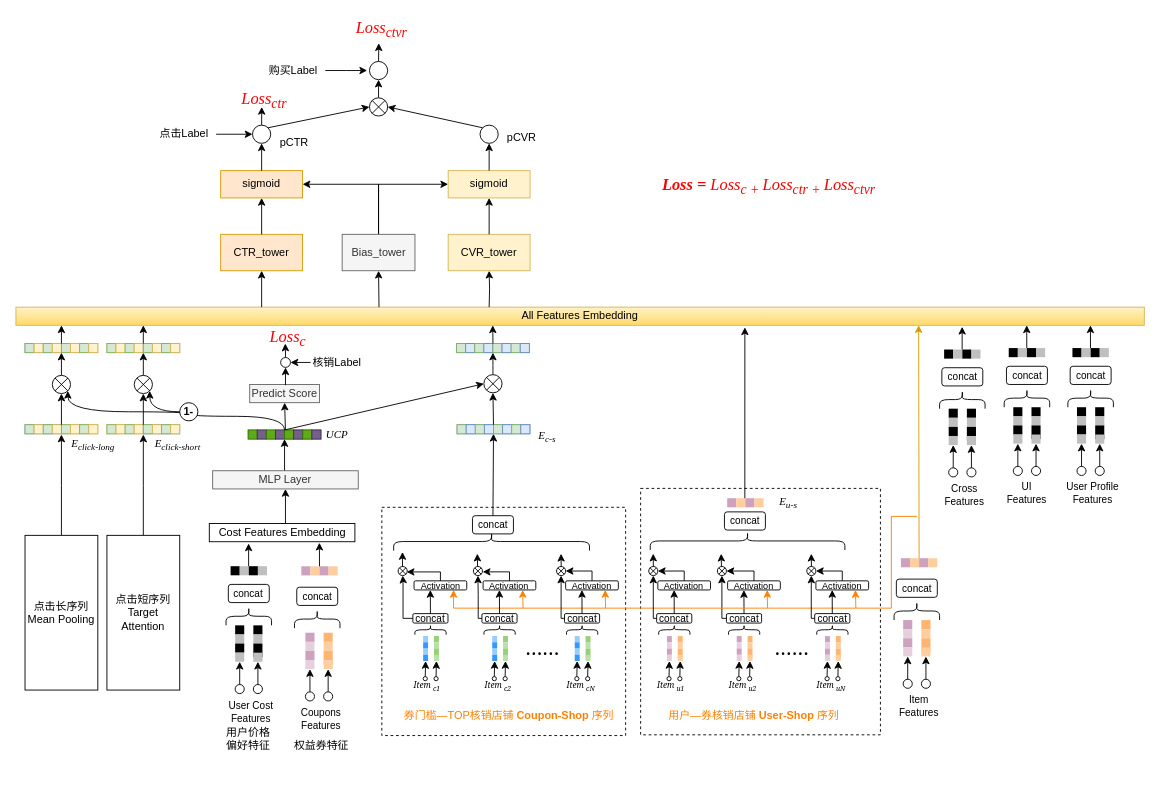
Earlier version of the draw.io diagram TIR_HG.drawio (cosinalee/HeteroGraph). Source tidied: cells renumbered, new cells numbered last; positions are measured from the earlier drawing's top-left corner, leaving out a move shared by most shapes. Both pictures are drawn from the tidied source at 91%, with x=0, y=0 at pixel (15, 15).
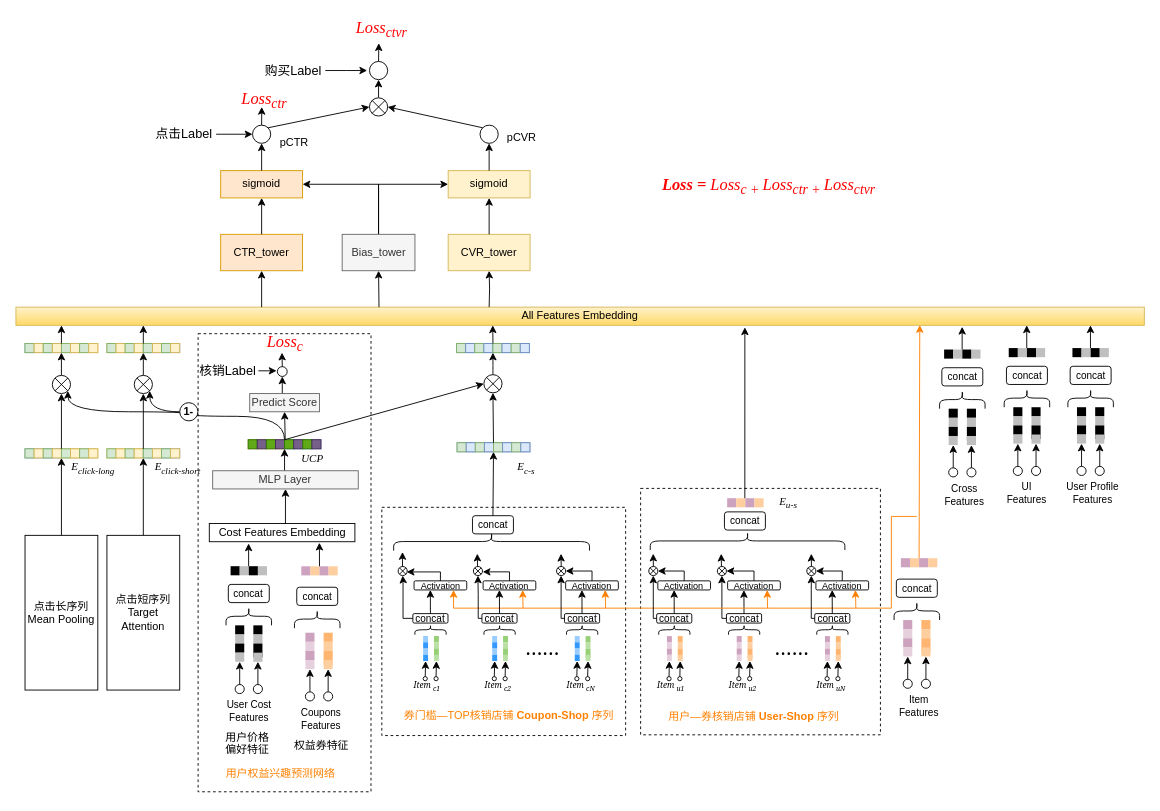
Above is the later version.

The change refers to these unchanged cells:
```xml
<mxCell id="2" style="group;" parent="1" vertex="1">
  <mxGeometry x="482.1" y="509.2" width="202.7" height="300" as="geometry" />
</mxCell>
<mxCell id="42" value="All Features Embedding" style="rounded=0;whiteSpace=wrap;html=1;fillColor=#fff2cc;strokeColor=#d6b656;gradientColor=#ffd966;" parent="1" vertex="1">
  <mxGeometry y="320" width="1240" height="20" as="geometry" />
</mxCell>
<mxCell id="92" style="group;" parent="1" vertex="1">
  <mxGeometry x="756.5" y="509.2" width="193.5" height="290.8" as="geometry" />
</mxCell>
<mxCell id="267" value="点击短序列&lt;br&gt;Target&lt;br&gt;Attention" style="rounded=0;whiteSpace=wrap;html=1;strokeColor=#000000;" parent="1" vertex="1">
  <mxGeometry x="100" y="570.8" width="80" height="170" as="geometry" />
</mxCell>
<mxCell id="269" value="点击长序列&lt;br&gt;Mean Pooling" style="rounded=0;whiteSpace=wrap;html=1;strokeColor=#000000;" parent="1" vertex="1">
  <mxGeometry x="10" y="570.8" width="80" height="170" as="geometry" />
</mxCell>
<mxCell id="276" style="rounded=0;whiteSpace=wrap;html=1;fontSize=22;strokeColor=#d6b656;fillColor=#fff2cc;" parent="271" vertex="1">
  <mxGeometry x="30" width="10" height="10" as="geometry" />
</mxCell>
<mxCell id="291" style="rounded=0;whiteSpace=wrap;html=1;fontSize=22;strokeColor=#82b366;fillColor=#d5e8d4;" parent="290" vertex="1">
  <mxGeometry width="10" height="10" as="geometry" />
</mxCell>
<mxCell id="400" style="rounded=0;whiteSpace=wrap;html=1;fontSize=22;strokeColor=none;fillColor=#CDA2BE;" parent="396" vertex="1">
  <mxGeometry x="20" width="10" height="10" as="geometry" />
</mxCell>
```

What changed in the source:
```diff
@@
+    <mxCell id="471" style="rounded=0;whiteSpace=wrap;html=1;fontFamily=Georgia;fontSize=22;strokeColor=#000000;fillColor=none;dashed=1;" parent="1" vertex="1">
+      <mxGeometry x="200.2" y="349.2" width="190" height="503.4" as="geometry" />
+    </mxCell>
@@
     <mxCell id="9" style="group;fontStyle=1;" parent="2" vertex="1">
-      <mxGeometry x="2.7" y="-60" width="80" height="10" as="geometry" />
+      <mxGeometry x="2.7" y="-40.2" width="80" height="10" as="geometry" />
     </mxCell>
@@
-    <mxCell id="39" value="&lt;i&gt;&lt;font face=&quot;Times New Roman&quot;&gt;E&lt;sub&gt;c-s&lt;/sub&gt;&lt;/font&gt;&lt;/i&gt;" style="text;html=1;strokeColor=none;fillColor=none;align=center;verticalAlign=middle;whiteSpace=wrap;rounded=0;" parent="2" vertex="1">
-      <mxGeometry x="71.8" y="-54.2" width="60" height="14.2" as="geometry" />
-    </mxCell>
@@
+    <mxCell id="128" style="rounded=0;whiteSpace=wrap;html=1;fontFamily=Georgia;fontSize=22;strokeColor=#000000;fillColor=none;dashed=1;" parent="92" vertex="1">
+      <mxGeometry x="-70" y="10" width="263.5" height="270.8" as="geometry" />
+    </mxCell>
@@
-    <mxCell id="127" value="&lt;font face=&quot;Helvetica&quot; color=&quot;#ff8000&quot;&gt;&lt;span style=&quot;font-size: 12px;&quot;&gt;用户—券核销店铺 &lt;b&gt;User-Shop&lt;/b&gt; 序列&lt;/span&gt;&lt;/font&gt;" style="text;html=1;strokeColor=none;fillColor=none;align=center;verticalAlign=middle;whiteSpace=wrap;rounded=0;dashed=1;fontFamily=Georgia;fontSize=22;" parent="92" vertex="1">
+    <mxCell id="127" value="&lt;span style=&quot;color: rgb(255, 128, 0); font-family: Helvetica; font-size: 12px;&quot;&gt;用户—券核销店铺&amp;nbsp;&lt;/span&gt;&lt;b style=&quot;color: rgb(255, 128, 0); font-family: Helvetica; font-size: 12px;&quot;&gt;User-Shop&lt;/b&gt;&lt;span style=&quot;color: rgb(255, 128, 0); font-family: Helvetica; font-size: 12px;&quot;&gt;&amp;nbsp;序列&lt;/span&gt;" style="text;html=1;strokeColor=none;fillColor=none;align=center;verticalAlign=middle;whiteSpace=wrap;rounded=0;dashed=1;fontFamily=Georgia;fontSize=22;" parent="92" vertex="1">
       <mxGeometry x="-73.5" y="240.8" width="256" height="30" as="geometry" />
     </mxCell>
-    <mxCell id="128" style="rounded=0;whiteSpace=wrap;html=1;fontFamily=Georgia;fontSize=22;strokeColor=#000000;fillColor=none;dashed=1;" parent="92" vertex="1">
-      <mxGeometry x="-70" y="10" width="263.5" height="270.8" as="geometry" />
-    </mxCell>
@@
-    <mxCell id="157" style="endArrow=classic;html=1;rounded=0;fontFamily=Georgia;fontSize=11;strokeColor=#d79b00;exitX=0;exitY=0;exitDx=0;exitDy=0;entryX=0.8;entryY=0.992;entryDx=0;entryDy=0;entryPerimeter=0;fillColor=#ffe6cc;" parent="1" edge="1" source="400" target="42">
+    <mxCell id="157" style="endArrow=classic;html=1;rounded=0;fontFamily=Georgia;fontSize=11;strokeColor=#FF8000;exitX=0;exitY=0;exitDx=0;exitDy=0;entryX=0.801;entryY=0.982;entryDx=0;entryDy=0;entryPerimeter=0;fillColor=#ffe6cc;" parent="1" edge="1" source="400" target="42">
       <mxGeometry relative="1" as="geometry" />
     </mxCell>
@@
-    <mxCell id="266" style="edgeStyle=orthogonalEdgeStyle;rounded=0;jettySize=auto;html=1;exitX=0.5;exitY=0;exitDx=0;exitDy=0;" parent="1" edge="1" source="267">
-      <mxGeometry relative="1" as="geometry">
-        <mxPoint x="140" y="460" as="targetPoint" />
-      </mxGeometry>
+    <mxCell id="266" style="edgeStyle=orthogonalEdgeStyle;rounded=0;jettySize=auto;html=1;exitX=0.5;exitY=0;exitDx=0;exitDy=0;entryX=1;entryY=1;entryDx=0;entryDy=0;" parent="1" edge="1" source="267" target="276">
+      <mxGeometry relative="1" as="geometry" />
     </mxCell>
@@
-    <mxCell id="268" style="edgeStyle=orthogonalEdgeStyle;rounded=0;jettySize=auto;html=1;exitX=0.5;exitY=0;exitDx=0;exitDy=0;" parent="1" edge="1" source="269">
-      <mxGeometry relative="1" as="geometry">
-        <mxPoint x="50" y="460" as="targetPoint" />
-      </mxGeometry>
+    <mxCell id="268" style="edgeStyle=orthogonalEdgeStyle;rounded=0;jettySize=auto;html=1;exitX=0.5;exitY=0;exitDx=0;exitDy=0;entryX=0;entryY=1;entryDx=0;entryDy=0;" parent="1" edge="1" source="269" target="291">
+      <mxGeometry relative="1" as="geometry" />
     </mxCell>
@@
     <mxCell id="270" style="group;" parent="1" vertex="1">
-      <mxGeometry x="100" y="449.2" width="80" height="10" as="geometry" />
+      <mxGeometry x="100" y="475.7" width="80" height="10" as="geometry" />
     </mxCell>
@@
     <mxCell id="283" style="group;" parent="1" vertex="1">
-      <mxGeometry x="10" y="449.2" width="80" height="10" as="geometry" />
+      <mxGeometry x="10" y="475.7" width="80" height="10" as="geometry" />
     </mxCell>
@@
+    <mxCell id="472" style="edgeStyle=orthogonalEdgeStyle;rounded=0;jettySize=auto;html=1;exitX=0.5;exitY=0;exitDx=0;exitDy=0;entryX=0.5;entryY=1;entryDx=0;entryDy=0;strokeColor=#000000;fontSize=14;" parent="1" edge="1" source="320" target="322">
+      <mxGeometry relative="1" as="geometry" />
+    </mxCell>
     <mxCell id="320" value="Predict Score" style="rounded=0;whiteSpace=wrap;html=1;fillColor=#f5f5f5;strokeColor=#666666;fontColor=#333333;" parent="1" vertex="1">
-      <mxGeometry x="256.9" y="405" width="76.7" height="20" as="geometry" />
+      <mxGeometry x="256.9" y="415" width="76.7" height="20" as="geometry" />
     </mxCell>
     <mxCell id="321" style="edgeStyle=orthogonalEdgeStyle;rounded=0;jettySize=auto;html=1;exitX=0.5;exitY=0;exitDx=0;exitDy=0;fontFamily=Times New Roman;fontColor=#000000;" parent="1" edge="1" source="322">
       <mxGeometry relative="1" as="geometry">
-        <mxPoint x="296" y="360" as="targetPoint" />
+        <mxPoint x="292.4" y="370" as="targetPoint" />
       </mxGeometry>
     </mxCell>
     <mxCell id="322" style="ellipse;whiteSpace=wrap;html=1;" parent="1" vertex="1">
-      <mxGeometry x="290.9" y="375.4" width="10.8" height="10.8" as="geometry" />
+      <mxGeometry x="287.3" y="385.4" width="10.8" height="10.8" as="geometry" />
     </mxCell>
-    <mxCell id="323" style="edgeStyle=orthogonalEdgeStyle;rounded=0;jettySize=auto;html=1;exitX=0.5;exitY=0;exitDx=0;exitDy=0;entryX=0.5;entryY=1;entryDx=0;entryDy=0;" parent="1" edge="1" target="322">
-      <mxGeometry relative="1" as="geometry">
-        <mxPoint x="296.2" y="405.8" as="sourcePoint" />
-      </mxGeometry>
-    </mxCell>
-    <mxCell id="324" style="edgeStyle=orthogonalEdgeStyle;rounded=0;jettySize=auto;html=1;exitX=0;exitY=0.5;exitDx=0;exitDy=0;entryX=1;entryY=0.5;entryDx=0;entryDy=0;fontColor=#000000;" parent="1" edge="1" source="325" target="322">
-      <mxGeometry relative="1" as="geometry" />
+    <mxCell id="324" style="edgeStyle=orthogonalEdgeStyle;rounded=0;jettySize=auto;html=1;exitX=1;exitY=0.5;exitDx=0;exitDy=0;fontColor=#000000;" parent="1" edge="1" source="325">
+      <mxGeometry relative="1" as="geometry">
+        <mxPoint x="286.4" y="390" as="targetPoint" />
+      </mxGeometry>
     </mxCell>
-    <mxCell id="325" value="&lt;font color=&quot;#000000&quot;&gt;核销Label&lt;/font&gt;" style="text;html=1;strokeColor=none;fillColor=none;align=center;verticalAlign=middle;whiteSpace=wrap;rounded=0;fontColor=#FF8000;" parent="1" vertex="1">
-      <mxGeometry x="323.8" y="365.8" width="57.5" height="30" as="geometry" />
+    <mxCell id="325" value="&lt;font style=&quot;font-size: 14px;&quot; color=&quot;#000000&quot;&gt;核销Label&lt;/font&gt;" style="text;html=1;strokeColor=none;fillColor=none;align=center;verticalAlign=middle;whiteSpace=wrap;rounded=0;fontColor=#FF8000;" parent="1" vertex="1">
+      <mxGeometry x="200.2" y="375" width="66.2" height="30" as="geometry" />
     </mxCell>
-    <mxCell id="326" style="edgeStyle=orthogonalEdgeStyle;rounded=0;jettySize=auto;html=1;exitX=1;exitY=0;exitDx=0;exitDy=0;entryX=0.5;entryY=1;entryDx=0;entryDy=0;" parent="1" edge="1" target="320">
+    <mxCell id="326" style="edgeStyle=orthogonalEdgeStyle;rounded=0;jettySize=auto;html=1;entryX=0.5;entryY=1;entryDx=0;entryDy=0;" parent="1" edge="1" target="320">
       <mxGeometry relative="1" as="geometry">
-        <mxPoint x="296.2" y="455.8" as="sourcePoint" />
+        <mxPoint x="296" y="470" as="sourcePoint" />
       </mxGeometry>
     </mxCell>
     <mxCell id="327" value="&lt;font style=&quot;font-size: 18px;&quot; face=&quot;Times New Roman&quot;&gt;&lt;i style=&quot;&quot;&gt;Loss&lt;sub style=&quot;&quot;&gt;c&lt;/sub&gt;&lt;/i&gt;&lt;/font&gt;" style="text;html=1;strokeColor=none;fillColor=none;align=center;verticalAlign=middle;whiteSpace=wrap;rounded=0;fontColor=#FF0000;" parent="1" vertex="1">
-      <mxGeometry x="270" y="340" width="57.5" height="30" as="geometry" />
+      <mxGeometry x="266.5" y="345" width="57.5" height="30" as="geometry" />
     </mxCell>
     <mxCell id="328" value="&lt;i&gt;E&lt;sub&gt;click-short&lt;/sub&gt;&lt;/i&gt;" style="text;html=1;strokeColor=none;fillColor=none;align=center;verticalAlign=middle;whiteSpace=wrap;rounded=0;fontFamily=Times New Roman;" parent="1" vertex="1">
-      <mxGeometry x="142.5" y="455.8" width="70" height="30" as="geometry" />
+      <mxGeometry x="142.5" y="482.3" width="70" height="30" as="geometry" />
     </mxCell>
     <mxCell id="329" value="&lt;i&gt;E&lt;sub&gt;click-long&lt;/sub&gt;&lt;/i&gt;" style="text;html=1;strokeColor=none;fillColor=none;align=center;verticalAlign=middle;whiteSpace=wrap;rounded=0;fontFamily=Times New Roman;" parent="1" vertex="1">
-      <mxGeometry x="50" y="455.8" width="70" height="30" as="geometry" />
+      <mxGeometry x="50" y="482.3" width="70" height="30" as="geometry" />
     </mxCell>
@@
-    <mxCell id="332" value="&lt;font color=&quot;#000000&quot;&gt;点击Label&lt;/font&gt;" style="text;html=1;strokeColor=none;fillColor=none;align=center;verticalAlign=middle;whiteSpace=wrap;rounded=0;fontColor=#FF8000;" parent="1" vertex="1">
+    <mxCell id="332" value="&lt;font style=&quot;font-size: 14px;&quot; color=&quot;#000000&quot;&gt;点击Label&lt;/font&gt;" style="text;html=1;strokeColor=none;fillColor=none;align=center;verticalAlign=middle;whiteSpace=wrap;rounded=0;fontColor=#FF8000;" parent="1" vertex="1">
       <mxGeometry x="150" y="115" width="70" height="30" as="geometry" />
     </mxCell>
@@
-    <mxCell id="334" value="&lt;font color=&quot;#000000&quot;&gt;购买Label&lt;/font&gt;" style="text;html=1;strokeColor=none;fillColor=none;align=center;verticalAlign=middle;whiteSpace=wrap;rounded=0;fontColor=#FF8000;" parent="1" vertex="1">
+    <mxCell id="334" value="&lt;font style=&quot;font-size: 14px;&quot; color=&quot;#000000&quot;&gt;购买Label&lt;/font&gt;" style="text;html=1;strokeColor=none;fillColor=none;align=center;verticalAlign=middle;whiteSpace=wrap;rounded=0;fontColor=#FF8000;" parent="1" vertex="1">
       <mxGeometry x="270" y="42.5" width="70" height="35" as="geometry" />
     </mxCell>
@@
     <mxCell id="339" style="group;" parent="1" vertex="1">
-      <mxGeometry x="255.2" y="455" width="80" height="10" as="geometry" />
+      <mxGeometry x="255.2" y="465.7" width="80" height="10" as="geometry" />
     </mxCell>
@@
     <mxCell id="352" value="&lt;i&gt;UCP&lt;/i&gt;" style="text;html=1;strokeColor=none;fillColor=none;align=center;verticalAlign=middle;whiteSpace=wrap;rounded=0;fontFamily=Times New Roman;" parent="1" vertex="1">
-      <mxGeometry x="317.6" y="449.2" width="70" height="21.6" as="geometry" />
+      <mxGeometry x="290.6" y="475.7" width="70" height="21.6" as="geometry" />
     </mxCell>
@@
     <mxCell id="441" style="group;" parent="1" vertex="1">
-      <mxGeometry x="213.4" y="580.6" width="116.9" height="230" as="geometry" />
+      <mxGeometry x="212.5" y="585.3" width="116.9" height="230" as="geometry" />
     </mxCell>
@@
+    <mxCell id="466" value="User Cost&lt;br&gt;Features" style="text;html=1;strokeColor=none;fillColor=none;align=center;verticalAlign=middle;whiteSpace=wrap;rounded=0;fontSize=11;" parent="441" vertex="1">
+      <mxGeometry x="11.6" y="163.3" width="65" height="30" as="geometry" />
+    </mxCell>
@@
-    <mxCell id="466" value="User Cost&lt;br&gt;Features" style="text;html=1;strokeColor=none;fillColor=none;align=center;verticalAlign=middle;whiteSpace=wrap;rounded=0;fontSize=11;" parent="1" vertex="1">
-      <mxGeometry x="225.9" y="749.7" width="65" height="30" as="geometry" />
-    </mxCell>
@@
+    <mxCell id="39" value="&lt;i&gt;&lt;font face=&quot;Times New Roman&quot;&gt;E&lt;sub&gt;c-s&lt;/sub&gt;&lt;/font&gt;&lt;/i&gt;" style="text;html=1;strokeColor=none;fillColor=none;align=center;verticalAlign=middle;whiteSpace=wrap;rounded=0;" parent="1" vertex="1">
+      <mxGeometry x="530.7" y="489.8" width="60" height="14.2" as="geometry" />
+    </mxCell>
+    <mxCell id="473" value="&lt;div style=&quot;text-align: center;&quot;&gt;&lt;font color=&quot;#ff8000&quot;&gt;&lt;span style=&quot;font-size: 12px;&quot;&gt;用户权益兴趣预测网络&lt;/span&gt;&lt;/font&gt;&lt;/div&gt;" style="text;whiteSpace=wrap;html=1;fontSize=14;" parent="1" vertex="1">
+      <mxGeometry x="229.4" y="817" width="129.1" height="40" as="geometry" />
+    </mxCell>
```
